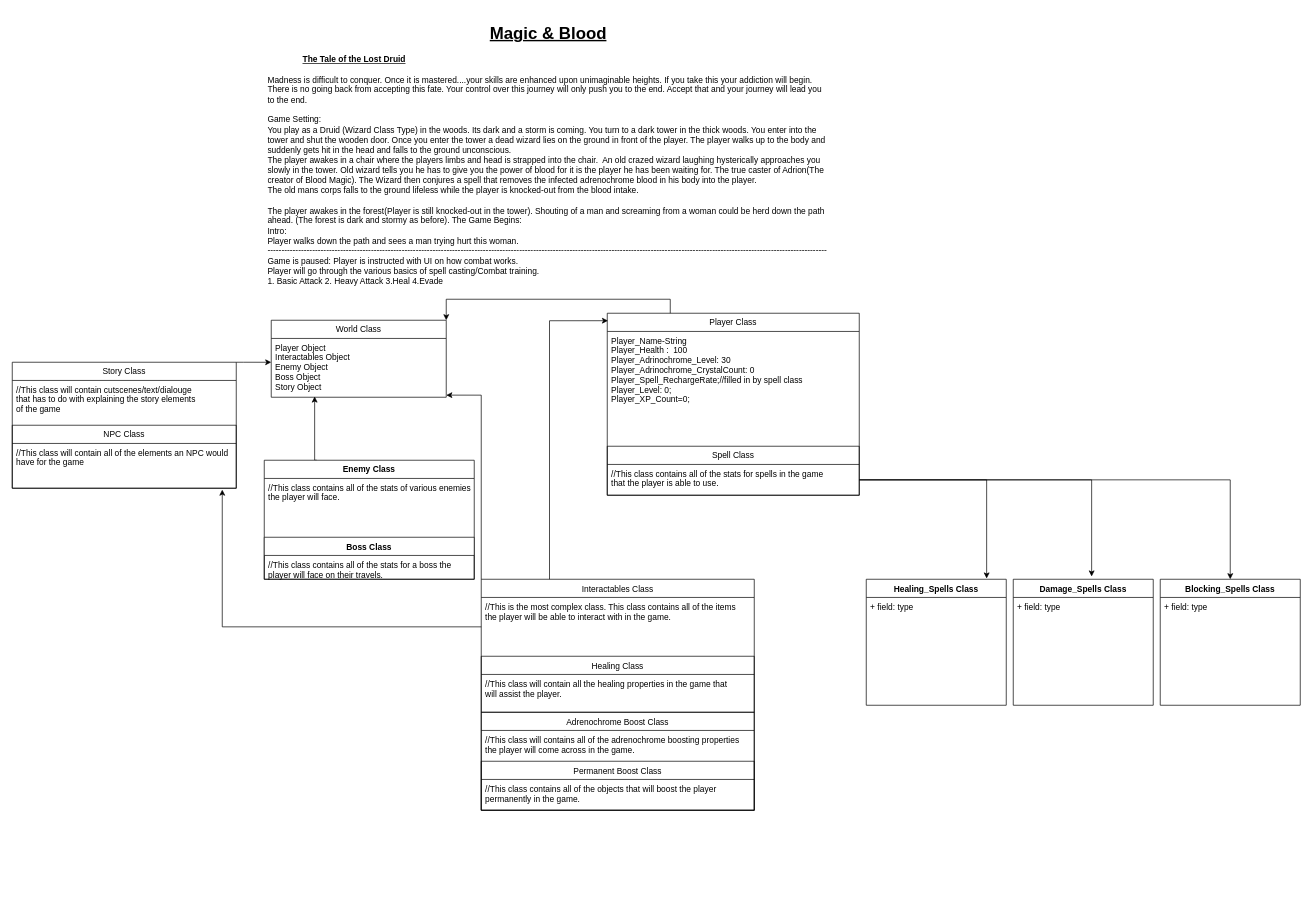
Before: Untitled Diagram.drawio in MarkieMark4/Indie-Development, a draw.io diagram. Source tidied: cells renumbered, new cells numbered last; positions are measured from the earlier drawing's top-left corner, leaving out a move shared by most shapes. Both pictures are drawn from the tidied source at 70%, with x=0, y=0 at pixel (12, 19).
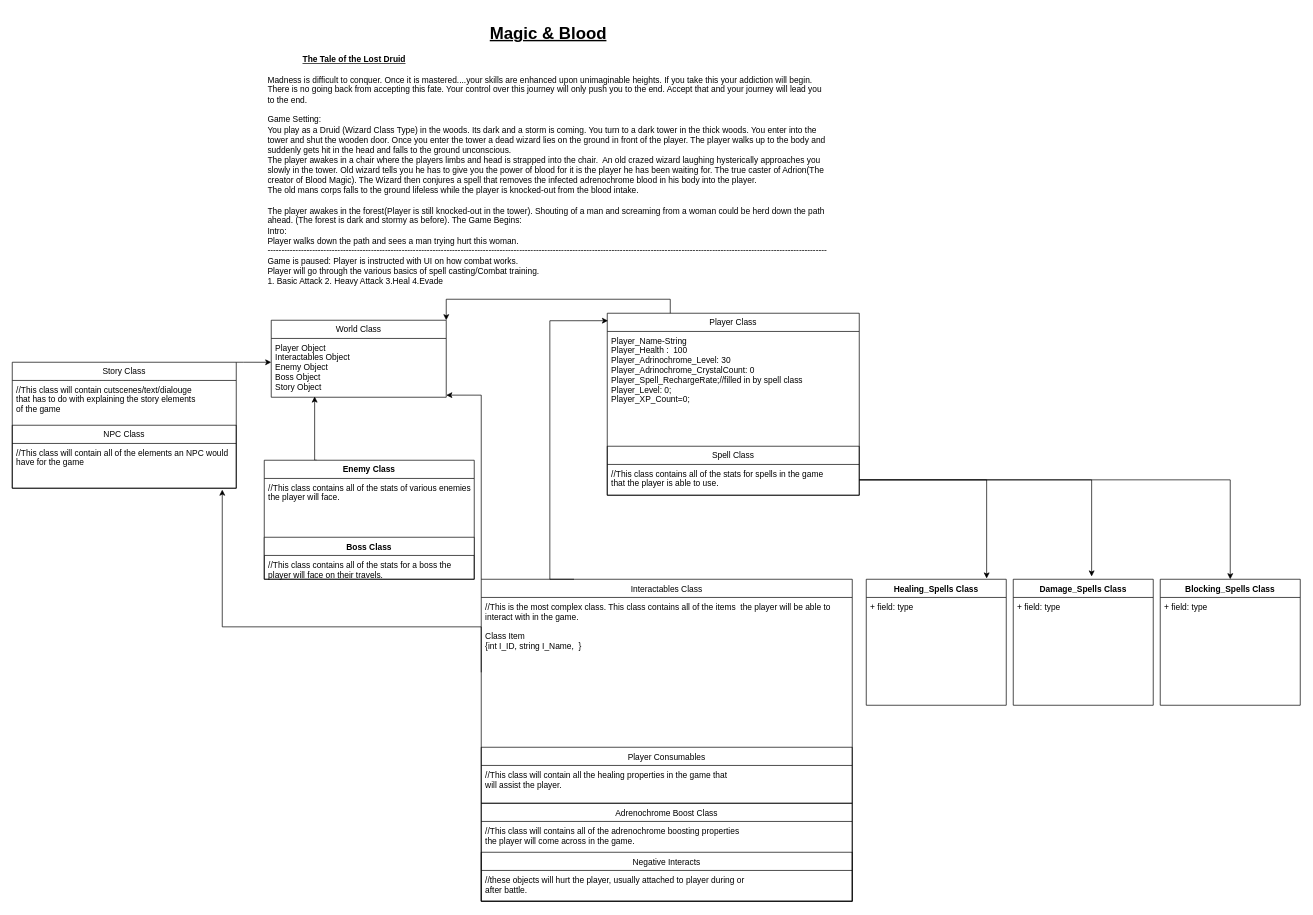
The same diagram, later.

Change to the diagram source:
```diff
@@
     <mxCell id="17" value="Interactables Class" style="swimlane;fontStyle=0;horizontal=1;startSize=26;fillColor=none;" parent="1" vertex="1">
-      <mxGeometry x="670" y="800" width="390" height="330" as="geometry" />
+      <mxGeometry x="670" y="800" width="530" height="460" as="geometry" />
     </mxCell>
-    <mxCell id="18" value="//This is the most complex class. This class contains all of the items &#10;the player will be able to interact with in the game. &#10;" style="text;strokeColor=none;fillColor=none;align=left;verticalAlign=top;spacingLeft=4;spacingRight=4;overflow=hidden;points=[[0,0.5],[1,0.5]];portConstraint=eastwest;" parent="17" vertex="1">
-      <mxGeometry y="26" width="390" height="84" as="geometry" />
+    <mxCell id="18" value="//This is the most complex class. This class contains all of the items  the player will be able to &#10;interact with in the game. &#10;&#10;Class Item&#10;{int I_ID, string I_Name,  }" style="text;strokeColor=none;fillColor=none;align=left;verticalAlign=top;spacingLeft=4;spacingRight=4;overflow=hidden;points=[[0,0.5],[1,0.5]];portConstraint=eastwest;" parent="17" vertex="1">
+      <mxGeometry y="26" width="530" height="214" as="geometry" />
     </mxCell>
-    <mxCell id="19" value="Healing Class" style="swimlane;fontStyle=0;horizontal=1;startSize=26;fillColor=none;" parent="17" vertex="1">
-      <mxGeometry y="110" width="390" height="80" as="geometry" />
+    <mxCell id="19" value="Player Consumables" style="swimlane;fontStyle=0;horizontal=1;startSize=26;fillColor=none;" parent="17" vertex="1">
+      <mxGeometry y="240" width="530" height="80" as="geometry" />
     </mxCell>
     <mxCell id="20" value="//This class will contain all the healing properties in the game that&#10;will assist the player." style="text;strokeColor=none;fillColor=none;align=left;verticalAlign=top;spacingLeft=4;spacingRight=4;overflow=hidden;" parent="19" vertex="1">
-      <mxGeometry y="26" width="390" height="54" as="geometry" />
+      <mxGeometry y="26" width="530" height="54" as="geometry" />
     </mxCell>
     <mxCell id="21" value="Adrenochrome Boost Class" style="swimlane;fontStyle=0;horizontal=1;startSize=26;fillColor=none;" parent="17" vertex="1">
-      <mxGeometry y="190" width="390" height="140" as="geometry" />
+      <mxGeometry y="320" width="530" height="140" as="geometry" />
     </mxCell>
     <mxCell id="22" value="//This class will contains all of the adrenochrome boosting properties&#10;the player will come across in the game." style="text;strokeColor=none;fillColor=none;align=left;verticalAlign=top;spacingLeft=4;spacingRight=4;overflow=hidden;" parent="21" vertex="1">
-      <mxGeometry y="26" width="390" height="44" as="geometry" />
+      <mxGeometry y="26" width="530" height="44" as="geometry" />
     </mxCell>
-    <mxCell id="23" value="Permanent Boost Class" style="swimlane;fontStyle=0;horizontal=1;startSize=26;fillColor=none;" parent="21" vertex="1">
-      <mxGeometry y="70" width="390" height="70" as="geometry" />
+    <mxCell id="23" value="Negative Interacts" style="swimlane;fontStyle=0;horizontal=1;startSize=26;fillColor=none;" parent="21" vertex="1">
+      <mxGeometry y="70" width="530" height="70" as="geometry" />
     </mxCell>
-    <mxCell id="24" value="//This class contains all of the objects that will boost the player &#10;permanently in the game." style="text;strokeColor=none;fillColor=none;align=left;verticalAlign=top;spacingLeft=4;spacingRight=4;overflow=hidden;" parent="23" vertex="1">
-      <mxGeometry y="26" width="390" height="44" as="geometry" />
+    <mxCell id="24" value="//these objects will hurt the player, usually attached to player during or &#10;after battle." style="text;strokeColor=none;fillColor=none;align=left;verticalAlign=top;spacingLeft=4;spacingRight=4;overflow=hidden;" parent="23" vertex="1">
+      <mxGeometry y="26" width="530" height="44" as="geometry" />
     </mxCell>
```
